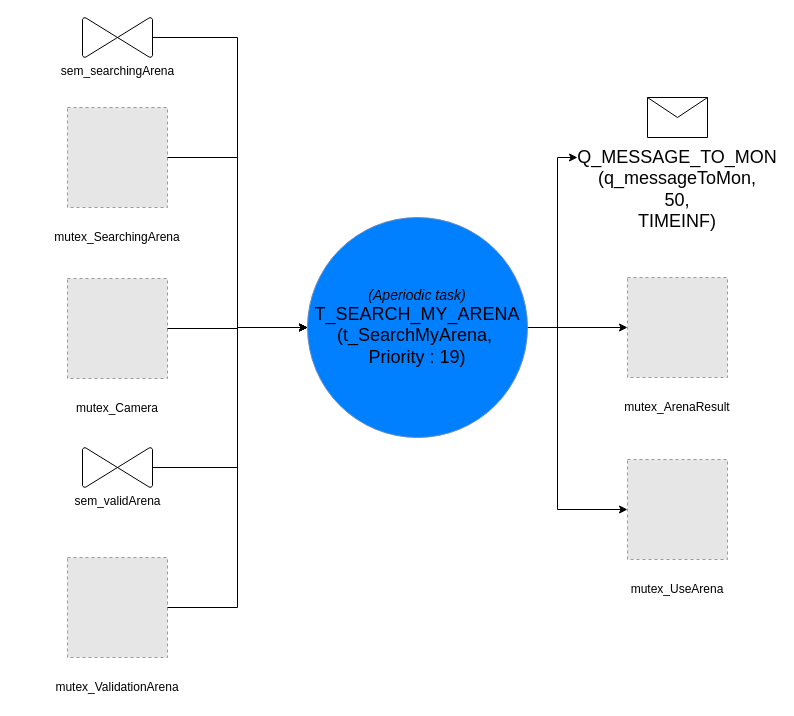
This is perso/conception/T_SEARCHING_MY_ARENA.drawio from NoNo47400/rt_dumber_depo, a draw.io file, before an edit. Source tidied: cells renumbered, new cells numbered last; positions are measured from the earlier drawing's top-left corner, leaving out a move shared by most shapes. Both pictures are drawn from the tidied source at 100%, with x=0, y=0 at pixel (17, 17). Pictures stored in the file or linked from it are replaced by grey dashed boxes.
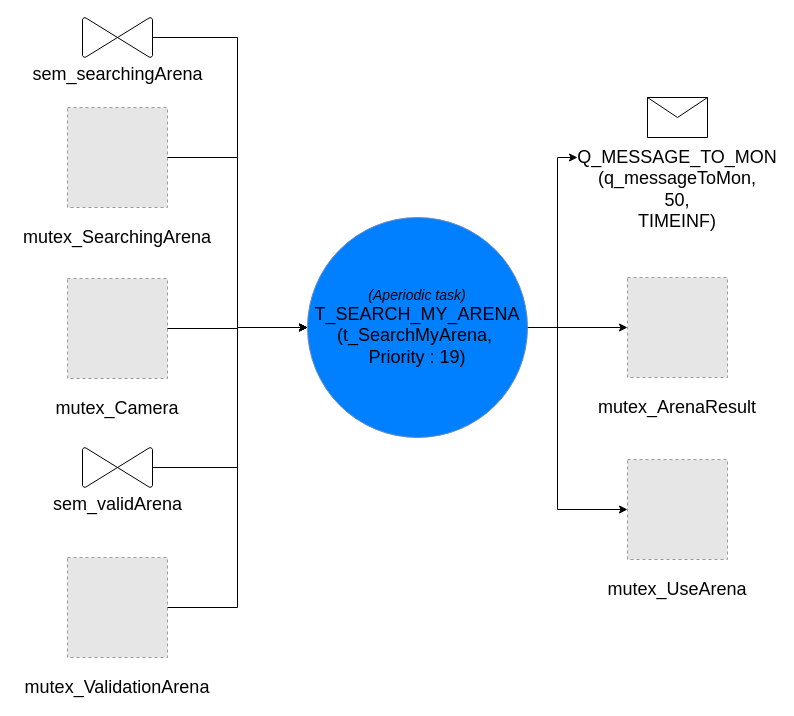
Above is the later version.

Unchanged cells that the change refers to:
```xml
<mxCell id="8" style="group;" parent="1" vertex="1">
  <mxGeometry y="90" width="200" height="140" as="geometry" />
</mxCell>
<mxCell id="16" style="group;" parent="1" vertex="1">
  <mxGeometry y="261" width="200" height="140" as="geometry" />
</mxCell>
<mxCell id="19" style="group;" parent="1" vertex="1">
  <mxGeometry x="560" y="260" width="200" height="140" as="geometry" />
</mxCell>
<mxCell id="22" style="group;" parent="1" vertex="1">
  <mxGeometry y="540" width="200" height="140" as="geometry" />
</mxCell>
<mxCell id="25" style="group;" parent="1" vertex="1">
  <mxGeometry x="560" y="442" width="200" height="140" as="geometry" />
</mxCell>
```

What changed in the source:
```diff
@@
-    <mxCell id="7" value="sem_searchingArena" style="verticalLabelPosition=bottom;verticalAlign=top;html=1;shape=mxgraph.flowchart.collate;direction=south;rotation=0;" parent="1" vertex="1">
+    <mxCell id="7" value="&lt;font style=&quot;font-size: 18px;&quot;&gt;sem_searchingArena&lt;/font&gt;" style="verticalLabelPosition=bottom;verticalAlign=top;html=1;shape=mxgraph.flowchart.collate;direction=south;rotation=0;" parent="1" vertex="1">
       <mxGeometry x="65" width="70" height="40" as="geometry" />
     </mxCell>
@@
-    <mxCell id="10" value="mutex_SearchingArena" style="text;html=1;strokeColor=none;fillColor=none;align=center;verticalAlign=middle;whiteSpace=wrap;rounded=0;" parent="8" vertex="1">
+    <mxCell id="10" value="&lt;font style=&quot;font-size: 18px;&quot;&gt;mutex_SearchingArena&lt;/font&gt;" style="text;html=1;strokeColor=none;fillColor=none;align=center;verticalAlign=middle;whiteSpace=wrap;rounded=0;" parent="8" vertex="1">
       <mxGeometry y="120" width="200" height="20" as="geometry" />
     </mxCell>
@@
-    <mxCell id="15" value="sem_validArena" style="verticalLabelPosition=bottom;verticalAlign=top;html=1;shape=mxgraph.flowchart.collate;direction=south;rotation=0;" parent="1" vertex="1">
+    <mxCell id="15" value="&lt;font style=&quot;font-size: 18px;&quot;&gt;sem_validArena&lt;/font&gt;" style="verticalLabelPosition=bottom;verticalAlign=top;html=1;shape=mxgraph.flowchart.collate;direction=south;rotation=0;" parent="1" vertex="1">
       <mxGeometry x="65" y="430" width="70" height="40" as="geometry" />
     </mxCell>
@@
-    <mxCell id="18" value="mutex_Camera" style="text;html=1;strokeColor=none;fillColor=none;align=center;verticalAlign=middle;whiteSpace=wrap;rounded=0;" parent="16" vertex="1">
+    <mxCell id="18" value="&lt;font style=&quot;font-size: 18px;&quot;&gt;mutex_Camera&lt;/font&gt;" style="text;html=1;strokeColor=none;fillColor=none;align=center;verticalAlign=middle;whiteSpace=wrap;rounded=0;" parent="16" vertex="1">
       <mxGeometry y="120" width="200" height="20" as="geometry" />
     </mxCell>
@@
-    <mxCell id="21" value="mutex_ArenaResult" style="text;html=1;strokeColor=none;fillColor=none;align=center;verticalAlign=middle;whiteSpace=wrap;rounded=0;" parent="19" vertex="1">
+    <mxCell id="21" value="&lt;font style=&quot;font-size: 18px;&quot;&gt;mutex_ArenaResult&lt;/font&gt;" style="text;html=1;strokeColor=none;fillColor=none;align=center;verticalAlign=middle;whiteSpace=wrap;rounded=0;" parent="19" vertex="1">
       <mxGeometry y="120" width="200" height="20" as="geometry" />
     </mxCell>
@@
-    <mxCell id="24" value="mutex_ValidationArena" style="text;html=1;strokeColor=none;fillColor=none;align=center;verticalAlign=middle;whiteSpace=wrap;rounded=0;" parent="22" vertex="1">
+    <mxCell id="24" value="&lt;font style=&quot;font-size: 18px;&quot;&gt;mutex_ValidationArena&lt;/font&gt;" style="text;html=1;strokeColor=none;fillColor=none;align=center;verticalAlign=middle;whiteSpace=wrap;rounded=0;" parent="22" vertex="1">
       <mxGeometry y="120" width="200" height="20" as="geometry" />
     </mxCell>
@@
-    <mxCell id="27" value="mutex_UseArena" style="text;html=1;strokeColor=none;fillColor=none;align=center;verticalAlign=middle;whiteSpace=wrap;rounded=0;" parent="25" vertex="1">
+    <mxCell id="27" value="&lt;font style=&quot;font-size: 18px;&quot;&gt;mutex_UseArena&lt;/font&gt;" style="text;html=1;strokeColor=none;fillColor=none;align=center;verticalAlign=middle;whiteSpace=wrap;rounded=0;" parent="25" vertex="1">
       <mxGeometry y="120" width="200" height="20" as="geometry" />
     </mxCell>
```
